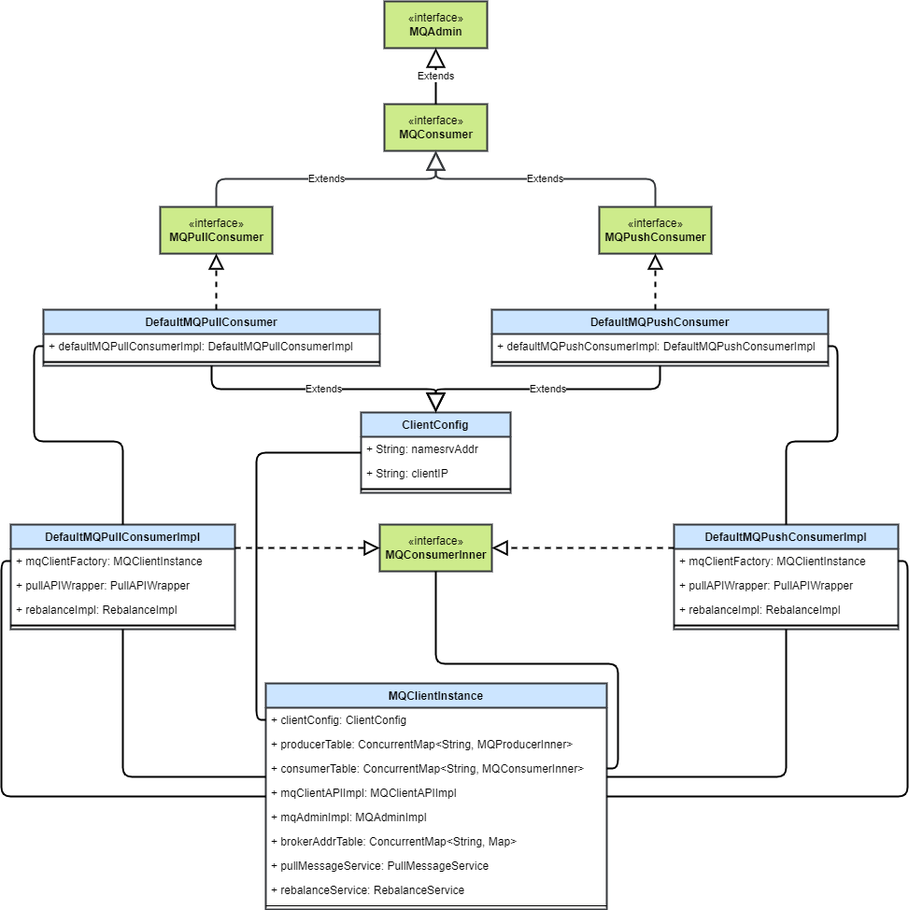
Above: assets/rocketmq-consume-message/rocketmq-consumer-class-fields.drawio.png in HScarb/knowledge (draw.io), before the change. Source tidied: cells renumbered, new cells last; positions are measured from the earlier drawing's top-left corner, leaving out a move shared by most shapes.
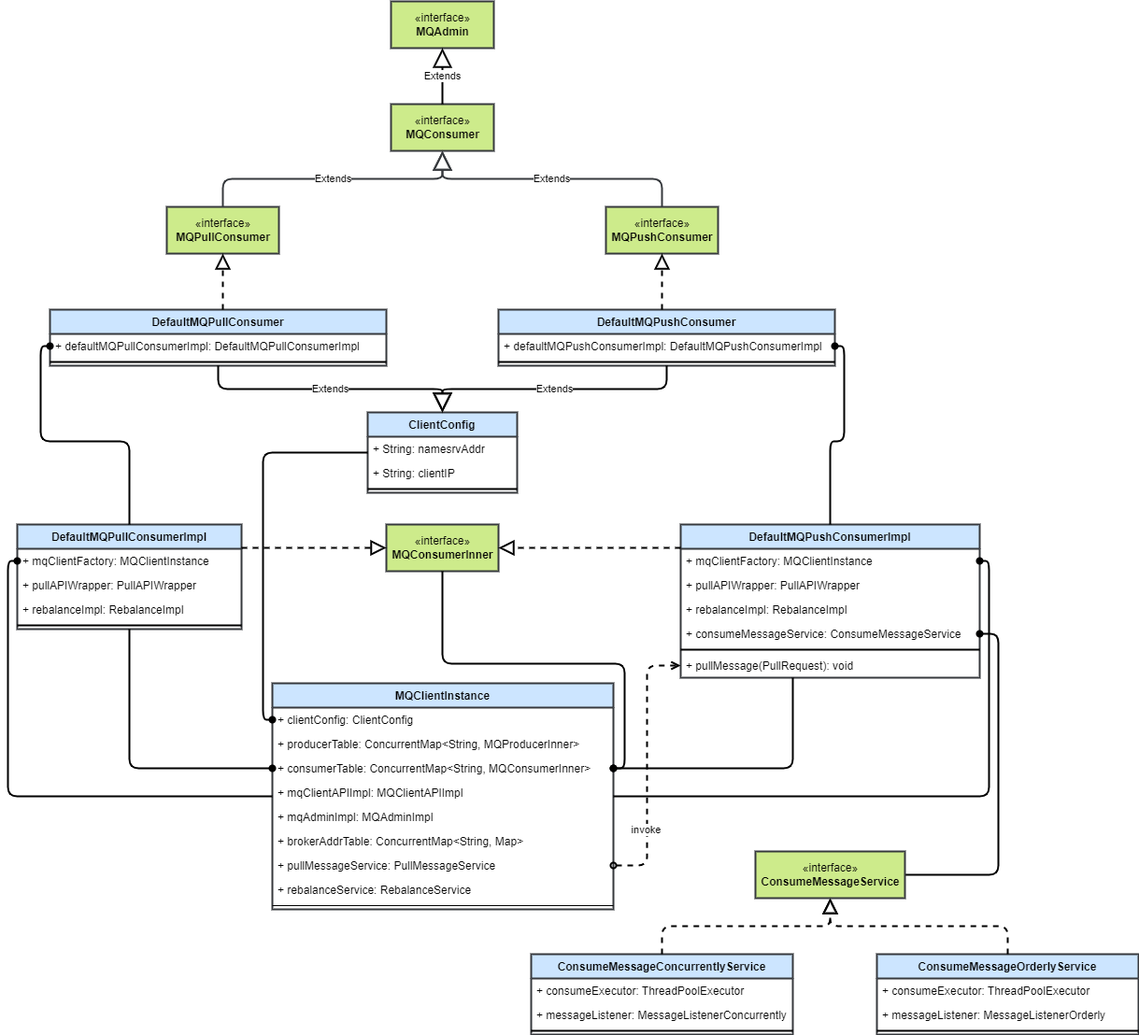
The same diagram one commit later.

Diff of the diagram source:
```diff
@@ -76,20 +76,26 @@
       <mxGeometry relative="1" as="geometry" />
     </mxCell>
     <mxCell id="23" value="DefaultMQPushConsumerImpl" style="swimlane;fontStyle=1;align=center;verticalAlign=top;horizontal=1;startSize=26;glass=0;fillColor=#cce5ff;strokeWidth=2;strokeColor=#36393d;" parent="1" vertex="1">
-      <mxGeometry x="720" y="560" width="240" height="112" as="geometry" />
+      <mxGeometry x="720" y="560" width="320" height="164" as="geometry" />
     </mxCell>
     <mxCell id="24" value="+ mqClientFactory: MQClientInstance" style="text;strokeColor=none;fillColor=none;align=left;verticalAlign=top;spacingLeft=4;spacingRight=4;overflow=hidden;points=[[0,0.5],[1,0.5]];portConstraint=eastwest;glass=0;strokeWidth=2;" parent="23" vertex="1">
-      <mxGeometry y="26" width="240" height="26" as="geometry" />
+      <mxGeometry y="26" width="320" height="26" as="geometry" />
     </mxCell>
     <mxCell id="25" value="+ pullAPIWrapper: PullAPIWrapper" style="text;strokeColor=none;fillColor=none;align=left;verticalAlign=top;spacingLeft=4;spacingRight=4;overflow=hidden;glass=0;strokeWidth=2;" parent="23" vertex="1">
-      <mxGeometry y="52" width="240" height="26" as="geometry" />
+      <mxGeometry y="52" width="320" height="26" as="geometry" />
     </mxCell>
     <mxCell id="26" value="+ rebalanceImpl: RebalanceImpl" style="text;strokeColor=none;fillColor=none;align=left;verticalAlign=top;spacingLeft=4;spacingRight=4;overflow=hidden;glass=0;strokeWidth=2;" parent="23" vertex="1">
-      <mxGeometry y="78" width="240" height="26" as="geometry" />
+      <mxGeometry y="78" width="320" height="26" as="geometry" />
     </mxCell>
+    <mxCell id="54" value="+ consumeMessageService: ConsumeMessageService" style="text;strokeColor=none;fillColor=none;align=left;verticalAlign=top;spacingLeft=4;spacingRight=4;overflow=hidden;points=[[0,0.5],[1,0.5]];portConstraint=eastwest;glass=0;strokeWidth=2;" parent="23" vertex="1">
+      <mxGeometry y="104" width="320" height="26" as="geometry" />
+    </mxCell>
     <mxCell id="27" style="line;strokeWidth=2;fillColor=none;align=left;verticalAlign=middle;spacingTop=-1;spacingLeft=3;spacingRight=3;labelPosition=right;glass=0;" parent="23" vertex="1">
-      <mxGeometry y="104" width="240" height="8" as="geometry" />
+      <mxGeometry y="130" width="320" height="8" as="geometry" />
     </mxCell>
+    <mxCell id="55" value="+ pullMessage(PullRequest): void" style="text;strokeColor=none;fillColor=none;align=left;verticalAlign=top;spacingLeft=4;spacingRight=4;overflow=hidden;points=[[0,0.5],[1,0.5]];portConstraint=eastwest;glass=0;strokeWidth=2;" parent="23" vertex="1">
+      <mxGeometry y="138" width="320" height="26" as="geometry" />
+    </mxCell>
     <mxCell id="28" value="«interface»&lt;br&gt;&lt;b&gt;MQConsumerInner&lt;/b&gt;" style="html=1;glass=0;fillColor=#cdeb8b;strokeWidth=2;strokeColor=#36393d;" parent="1" vertex="1">
       <mxGeometry x="405" y="560" width="120" height="50" as="geometry" />
     </mxCell>
@@ -124,7 +130,7 @@
         </Array>
       </mxGeometry>
     </mxCell>
-    <mxCell id="36" style="edgeStyle=orthogonalEdgeStyle;html=1;endArrow=none;endFill=0;strokeWidth=2;" parent="1" edge="1" source="7" target="29">
+    <mxCell id="36" style="edgeStyle=orthogonalEdgeStyle;html=1;endArrow=none;endFill=0;strokeWidth=2;startArrow=oval;startFill=1;" parent="1" edge="1" source="7" target="29">
       <mxGeometry relative="1" as="geometry" />
     </mxCell>
     <mxCell id="37" value="MQClientInstance" style="swimlane;fontStyle=1;align=center;verticalAlign=top;horizontal=1;startSize=26;glass=0;strokeWidth=2;fillColor=#cce5ff;strokeColor=#36393d;" parent="1" vertex="1">
@@ -157,18 +163,18 @@
     <mxCell id="46" style="line;strokeWidth=1;fillColor=none;align=left;verticalAlign=middle;spacingTop=-1;spacingLeft=3;spacingRight=3;labelPosition=right;glass=0;" parent="37" vertex="1">
       <mxGeometry y="234" width="365" height="8" as="geometry" />
     </mxCell>
-    <mxCell id="47" style="edgeStyle=orthogonalEdgeStyle;html=1;endArrow=none;endFill=0;strokeWidth=2;" parent="1" edge="1" source="10" target="23">
+    <mxCell id="47" style="edgeStyle=orthogonalEdgeStyle;html=1;endArrow=none;endFill=0;strokeWidth=2;startArrow=oval;startFill=1;" parent="1" edge="1" source="10" target="23">
       <mxGeometry relative="1" as="geometry" />
     </mxCell>
-    <mxCell id="48" style="edgeStyle=orthogonalEdgeStyle;html=1;endArrow=none;endFill=0;strokeWidth=2;" parent="1" edge="1" source="24" target="37">
+    <mxCell id="48" style="edgeStyle=orthogonalEdgeStyle;html=1;endArrow=none;endFill=0;strokeWidth=2;startArrow=oval;startFill=1;" parent="1" edge="1" source="24" target="37">
       <mxGeometry relative="1" as="geometry">
         <Array as="points">
-          <mxPoint x="970" y="599" />
-          <mxPoint x="970" y="851" />
+          <mxPoint x="1050" y="599" />
+          <mxPoint x="1050" y="851" />
         </Array>
       </mxGeometry>
     </mxCell>
-    <mxCell id="49" style="edgeStyle=orthogonalEdgeStyle;html=1;endArrow=none;endFill=0;strokeWidth=2;" parent="1" edge="1" source="30" target="37">
+    <mxCell id="49" style="edgeStyle=orthogonalEdgeStyle;html=1;endArrow=none;endFill=0;strokeWidth=2;startArrow=oval;startFill=1;" parent="1" edge="1" source="30" target="37">
       <mxGeometry relative="1" as="geometry">
         <Array as="points">
           <mxPoint y="599" />
@@ -176,7 +182,7 @@
         </Array>
       </mxGeometry>
     </mxCell>
-    <mxCell id="50" style="edgeStyle=orthogonalEdgeStyle;html=1;endArrow=none;endFill=0;strokeWidth=2;" parent="1" edge="1" source="38" target="12">
+    <mxCell id="50" style="edgeStyle=orthogonalEdgeStyle;html=1;endArrow=none;endFill=0;strokeWidth=2;startArrow=oval;startFill=1;" parent="1" edge="1" source="38" target="12">
       <mxGeometry relative="1" as="geometry">
         <Array as="points">
           <mxPoint x="273" y="769" />
@@ -184,21 +190,21 @@
         </Array>
       </mxGeometry>
     </mxCell>
-    <mxCell id="51" style="edgeStyle=orthogonalEdgeStyle;html=1;endArrow=none;endFill=0;strokeWidth=2;" parent="1" edge="1" source="40" target="23">
+    <mxCell id="51" style="edgeStyle=orthogonalEdgeStyle;html=1;endArrow=none;endFill=0;strokeWidth=2;startArrow=oval;startFill=1;exitX=1;exitY=0.5;exitDx=0;exitDy=0;" parent="1" edge="1" source="40" target="23">
       <mxGeometry relative="1" as="geometry">
         <Array as="points">
-          <mxPoint x="840" y="830" />
+          <mxPoint x="840" y="821" />
         </Array>
       </mxGeometry>
     </mxCell>
-    <mxCell id="52" style="edgeStyle=orthogonalEdgeStyle;html=1;endArrow=none;endFill=0;strokeWidth=2;" parent="1" edge="1" source="40" target="29">
+    <mxCell id="52" style="edgeStyle=orthogonalEdgeStyle;html=1;endArrow=none;endFill=0;strokeWidth=2;exitX=0;exitY=0.5;exitDx=0;exitDy=0;startArrow=oval;startFill=1;" parent="1" edge="1" source="40" target="29">
       <mxGeometry relative="1" as="geometry">
         <Array as="points">
-          <mxPoint x="130" y="830" />
+          <mxPoint x="130" y="821" />
         </Array>
       </mxGeometry>
     </mxCell>
-    <mxCell id="53" style="edgeStyle=orthogonalEdgeStyle;html=1;endArrow=none;endFill=0;strokeWidth=2;" parent="1" edge="1" source="40" target="28">
+    <mxCell id="53" style="edgeStyle=orthogonalEdgeStyle;html=1;endArrow=none;endFill=0;strokeWidth=2;startArrow=oval;startFill=1;" parent="1" edge="1" source="40" target="28">
       <mxGeometry relative="1" as="geometry">
         <Array as="points">
           <mxPoint x="660" y="821" />
@@ -207,5 +213,54 @@
         </Array>
       </mxGeometry>
     </mxCell>
+    <mxCell id="56" value="ConsumeMessageConcurrentlyService" style="swimlane;fontStyle=1;align=center;verticalAlign=top;horizontal=1;startSize=26;glass=0;fillColor=#cce5ff;strokeWidth=2;strokeColor=#36393d;" parent="1" vertex="1">
+      <mxGeometry x="560" y="1020" width="280" height="86" as="geometry" />
+    </mxCell>
+    <mxCell id="57" value="+ consumeExecutor: ThreadPoolExecutor" style="text;strokeColor=none;fillColor=none;align=left;verticalAlign=top;spacingLeft=4;spacingRight=4;overflow=hidden;glass=0;strokeWidth=2;" parent="56" vertex="1">
+      <mxGeometry y="26" width="280" height="26" as="geometry" />
+    </mxCell>
+    <mxCell id="58" value="+ messageListener: MessageListenerConcurrently" style="text;strokeColor=none;fillColor=none;align=left;verticalAlign=top;spacingLeft=4;spacingRight=4;overflow=hidden;glass=0;strokeWidth=2;" parent="56" vertex="1">
+      <mxGeometry y="52" width="280" height="26" as="geometry" />
+    </mxCell>
+    <mxCell id="59" style="line;strokeWidth=2;fillColor=none;align=left;verticalAlign=middle;spacingTop=-1;spacingLeft=3;spacingRight=3;labelPosition=right;glass=0;" parent="56" vertex="1">
+      <mxGeometry y="78" width="280" height="8" as="geometry" />
+    </mxCell>
+    <mxCell id="60" value="ConsumeMessageOrderlyService" style="swimlane;fontStyle=1;align=center;verticalAlign=top;horizontal=1;startSize=26;glass=0;fillColor=#cce5ff;strokeWidth=2;strokeColor=#36393d;" parent="1" vertex="1">
+      <mxGeometry x="930" y="1020" width="280" height="86" as="geometry" />
+    </mxCell>
+    <mxCell id="61" value="+ consumeExecutor: ThreadPoolExecutor" style="text;strokeColor=none;fillColor=none;align=left;verticalAlign=top;spacingLeft=4;spacingRight=4;overflow=hidden;glass=0;strokeWidth=2;" parent="60" vertex="1">
+      <mxGeometry y="26" width="280" height="26" as="geometry" />
+    </mxCell>
+    <mxCell id="62" value="+ messageListener: MessageListenerOrderly" style="text;strokeColor=none;fillColor=none;align=left;verticalAlign=top;spacingLeft=4;spacingRight=4;overflow=hidden;glass=0;strokeWidth=2;" parent="60" vertex="1">
+      <mxGeometry y="52" width="280" height="26" as="geometry" />
+    </mxCell>
+    <mxCell id="63" style="line;strokeWidth=2;fillColor=none;align=left;verticalAlign=middle;spacingTop=-1;spacingLeft=3;spacingRight=3;labelPosition=right;glass=0;" parent="60" vertex="1">
+      <mxGeometry y="78" width="280" height="8" as="geometry" />
+    </mxCell>
+    <mxCell id="64" style="endArrow=block;dashed=1;endFill=0;endSize=12;html=1;strokeWidth=2;edgeStyle=orthogonalEdgeStyle;" parent="1" edge="1" source="56" target="67">
+      <mxGeometry relative="1" as="geometry" />
+    </mxCell>
+    <mxCell id="65" style="endArrow=block;dashed=1;endFill=0;endSize=12;html=1;strokeWidth=2;edgeStyle=orthogonalEdgeStyle;" parent="1" edge="1" source="60" target="67">
+      <mxGeometry relative="1" as="geometry" />
+    </mxCell>
+    <mxCell id="66" style="edgeStyle=orthogonalEdgeStyle;html=1;startArrow=oval;startFill=1;strokeWidth=2;endArrow=none;endFill=0;" parent="1" edge="1" source="54" target="67">
+      <mxGeometry relative="1" as="geometry">
+        <Array as="points">
+          <mxPoint x="1060" y="677" />
+          <mxPoint x="1060" y="935" />
+        </Array>
+      </mxGeometry>
+    </mxCell>
+    <mxCell id="67" value="«interface»&lt;br&gt;&lt;b&gt;ConsumeMessageService&lt;/b&gt;" style="html=1;glass=0;fillColor=#cdeb8b;strokeWidth=2;strokeColor=#36393d;" parent="1" vertex="1">
+      <mxGeometry x="800" y="910" width="160" height="50" as="geometry" />
+    </mxCell>
+    <mxCell id="68" style="edgeStyle=orthogonalEdgeStyle;html=1;startArrow=oval;startFill=0;endArrow=open;endFill=0;strokeWidth=2;dashed=1;" parent="1" edge="1" source="44" target="55">
+      <mxGeometry relative="1" as="geometry" />
+    </mxCell>
+    <mxCell id="69" value="invoke" style="edgeLabel;html=1;align=center;verticalAlign=middle;" parent="68" vertex="1">
+      <mxGeometry x="0.31" y="2" relative="1" as="geometry">
+        <mxPoint y="113" as="offset" />
+      </mxGeometry>
+    </mxCell>
   </root>
 </mxGraphModel>
```
